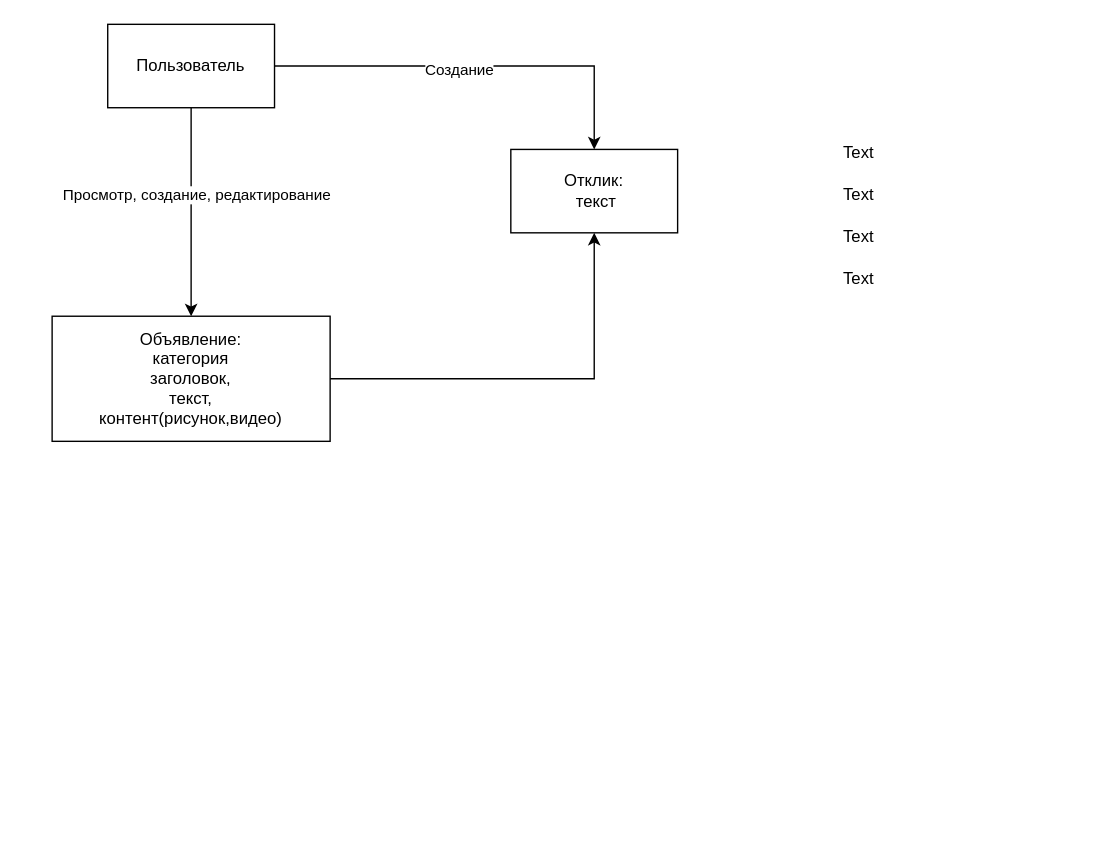
The draw.io diagram Диаграмма без названия.drawio in FanatikLeo2/Project_bulletin_board, before the edit. Source tidied: cells renumbered, new cells numbered last; positions are measured from the earlier drawing's top-left corner, leaving out a move shared by most shapes. Both pictures are drawn from the tidied source at 139%, with x=0, y=0 at pixel (51, 24).
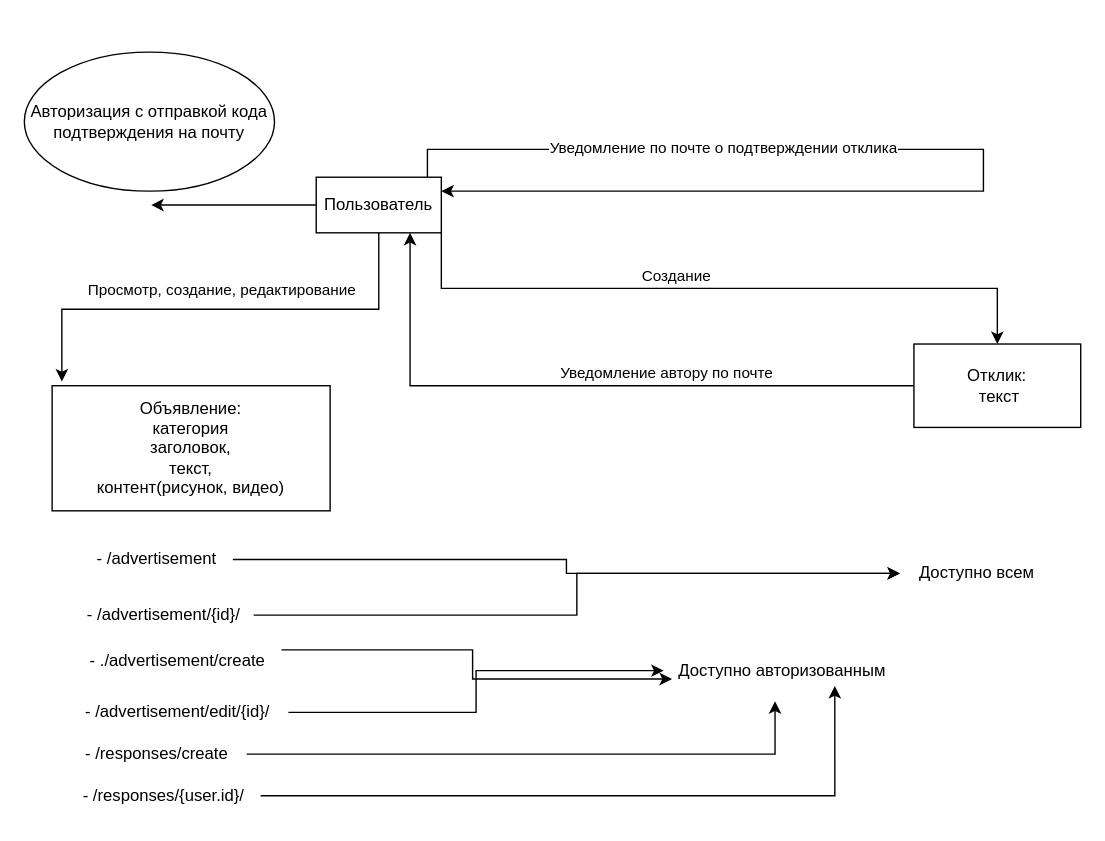
After the change.

What changed in the source:
```diff
@@
     <mxCell id="2" style="edgeStyle=orthogonalEdgeStyle;rounded=0;jettySize=auto;html=1;exitX=1;exitY=0.5;exitDx=0;exitDy=0;entryX=0.5;entryY=0;entryDx=0;entryDy=0;" parent="1" edge="1" source="6" target="9">
-      <mxGeometry relative="1" as="geometry" />
+      <mxGeometry relative="1" as="geometry">
+        <Array as="points">
+          <mxPoint x="280" y="190" />
+          <mxPoint x="680" y="190" />
+        </Array>
+      </mxGeometry>
     </mxCell>
     <mxCell id="3" value="Создание" style="edgeLabel;html=1;align=center;verticalAlign=middle;" parent="2" vertex="1">
-      <mxGeometry x="-0.09" y="-2" relative="1" as="geometry" />
+      <mxGeometry x="-0.09" y="-2" relative="1" as="geometry">
+        <mxPoint y="-12" as="offset" />
+      </mxGeometry>
     </mxCell>
-    <mxCell id="4" style="edgeStyle=orthogonalEdgeStyle;rounded=0;jettySize=auto;html=1;exitX=0.5;exitY=1;exitDx=0;exitDy=0;entryX=0.5;entryY=0;entryDx=0;entryDy=0;" parent="1" edge="1" source="6" target="8">
+    <mxCell id="4" style="edgeStyle=orthogonalEdgeStyle;rounded=0;jettySize=auto;html=1;exitX=0.5;exitY=1;exitDx=0;exitDy=0;entryX=0.035;entryY=-0.033;entryDx=0;entryDy=0;entryPerimeter=0;" parent="1" edge="1" source="6" target="8">
       <mxGeometry relative="1" as="geometry" />
     </mxCell>
     <mxCell id="5" value="Просмотр, создание, редактирование" style="edgeLabel;html=1;align=center;verticalAlign=middle;" parent="4" vertex="1">
-      <mxGeometry x="-0.17" y="3" relative="1" as="geometry" />
+      <mxGeometry x="-0.17" y="3" relative="1" as="geometry">
+        <mxPoint x="-30" y="-18" as="offset" />
+      </mxGeometry>
     </mxCell>
+    <mxCell id="14" style="edgeStyle=orthogonalEdgeStyle;rounded=0;jettySize=auto;html=1;entryX=0.507;entryY=1.1;entryDx=0;entryDy=0;entryPerimeter=0;" parent="1" edge="1" source="6" target="27">
+      <mxGeometry relative="1" as="geometry" />
+    </mxCell>
     <mxCell id="6" value="Пользователь" style="rounded=0;whiteSpace=wrap;html=1;" parent="1" vertex="1">
-      <mxGeometry x="40" width="120" height="60" as="geometry" />
+      <mxGeometry x="190" y="110" width="90" height="40" as="geometry" />
     </mxCell>
-    <mxCell id="7" style="edgeStyle=orthogonalEdgeStyle;rounded=0;jettySize=auto;html=1;exitX=1;exitY=0.5;exitDx=0;exitDy=0;entryX=0.5;entryY=1;entryDx=0;entryDy=0;" parent="1" edge="1" source="8" target="9">
-      <mxGeometry relative="1" as="geometry" />
-    </mxCell>
-    <mxCell id="8" value="Объявление:&lt;br&gt;категория&lt;br&gt;заголовок,&lt;br&gt;текст, &lt;br&gt;контент(рисунок,видео)" style="rounded=0;whiteSpace=wrap;html=1;" parent="1" vertex="1">
-      <mxGeometry y="210" width="200" height="90" as="geometry" />
+    <mxCell id="8" value="Объявление:&lt;br&gt;категория&lt;br&gt;заголовок,&lt;br&gt;текст, &lt;br&gt;контент(рисунок, видео)" style="rounded=0;whiteSpace=wrap;html=1;" parent="1" vertex="1">
+      <mxGeometry y="260" width="200" height="90" as="geometry" />
     </mxCell>
+    <mxCell id="15" style="edgeStyle=orthogonalEdgeStyle;rounded=0;jettySize=auto;html=1;entryX=0.75;entryY=1;entryDx=0;entryDy=0;" parent="1" edge="1" source="9" target="6">
+      <mxGeometry relative="1" as="geometry" />
+    </mxCell>
+    <mxCell id="16" value="Уведомление автору по почте" style="edgeLabel;html=1;align=center;verticalAlign=middle;" parent="15" vertex="1">
+      <mxGeometry x="-0.24" y="3" relative="1" as="geometry">
+        <mxPoint x="1" y="-13" as="offset" />
+      </mxGeometry>
+    </mxCell>
     <mxCell id="9" value="Отклик:&lt;br&gt;&amp;nbsp;текст" style="rounded=0;whiteSpace=wrap;html=1;" parent="1" vertex="1">
-      <mxGeometry x="330" y="90" width="120" height="60" as="geometry" />
+      <mxGeometry x="620" y="230" width="120" height="60" as="geometry" />
     </mxCell>
+    <mxCell id="17" style="edgeStyle=orthogonalEdgeStyle;rounded=0;jettySize=auto;html=1;" parent="1" edge="1" source="10" target="25">
+      <mxGeometry relative="1" as="geometry" />
+    </mxCell>
-    <mxCell id="10" value="Text" style="text;html=1;align=center;verticalAlign=middle;points=[];strokeColor=none;fillColor=none;" parent="1" vertex="1">
-      <mxGeometry x="555" y="78" width="50" height="30" as="geometry" />
+    <mxCell id="10" value="&lt;div&gt;&lt;span style=&quot;background-color: initial;&quot;&gt;- /advertisement&lt;/span&gt;&lt;br&gt;&lt;/div&gt;" style="text;html=1;align=center;verticalAlign=middle;points=[];strokeColor=none;fillColor=none;" parent="1" vertex="1">
+      <mxGeometry x="20" y="370" width="110" height="30" as="geometry" />
     </mxCell>
+    <mxCell id="18" style="edgeStyle=orthogonalEdgeStyle;rounded=0;jettySize=auto;html=1;entryX=0.724;entryY=0.867;entryDx=0;entryDy=0;entryPerimeter=0;" parent="1" edge="1" source="11" target="26">
+      <mxGeometry relative="1" as="geometry" />
+    </mxCell>
-    <mxCell id="11" value="Text" style="text;html=1;align=center;verticalAlign=middle;points=[];strokeColor=none;fillColor=none;" parent="1" vertex="1">
-      <mxGeometry x="555" y="108" width="50" height="30" as="geometry" />
+    <mxCell id="11" value="- /responses/{user.id}/" style="text;html=1;align=center;verticalAlign=middle;points=[];strokeColor=none;fillColor=none;" parent="1" vertex="1">
+      <mxGeometry x="10" y="540" width="140" height="30" as="geometry" />
     </mxCell>
+    <mxCell id="19" style="edgeStyle=orthogonalEdgeStyle;rounded=0;jettySize=auto;html=1;entryX=0.035;entryY=0.7;entryDx=0;entryDy=0;entryPerimeter=0;" parent="1" edge="1" source="12" target="26">
+      <mxGeometry relative="1" as="geometry" />
+    </mxCell>
-    <mxCell id="12" value="Text" style="text;html=1;align=center;verticalAlign=middle;points=[];strokeColor=none;fillColor=none;" parent="1" vertex="1">
-      <mxGeometry x="555" y="138" width="50" height="30" as="geometry" />
+    <mxCell id="12" value="&lt;br&gt;- ./advertisement/create" style="text;html=1;align=center;verticalAlign=middle;points=[];strokeColor=none;fillColor=none;" parent="1" vertex="1">
+      <mxGeometry x="15" y="430" width="150" height="40" as="geometry" />
     </mxCell>
+    <mxCell id="20" style="edgeStyle=orthogonalEdgeStyle;rounded=0;jettySize=auto;html=1;" parent="1" edge="1" source="13" target="26">
+      <mxGeometry relative="1" as="geometry" />
+    </mxCell>
-    <mxCell id="13" value="Text" style="text;html=1;align=center;verticalAlign=middle;points=[];strokeColor=none;fillColor=none;" parent="1" vertex="1">
-      <mxGeometry x="555" y="168" width="50" height="30" as="geometry" />
+    <mxCell id="13" value="- /advertisement/edit/{id}/" style="text;html=1;align=center;verticalAlign=middle;points=[];strokeColor=none;fillColor=none;" parent="1" vertex="1">
+      <mxGeometry x="10" y="480" width="160" height="30" as="geometry" />
     </mxCell>
+    <mxCell id="21" style="edgeStyle=orthogonalEdgeStyle;rounded=0;jettySize=auto;html=1;entryX=0.471;entryY=1.233;entryDx=0;entryDy=0;entryPerimeter=0;" parent="1" edge="1" source="22" target="26">
+      <mxGeometry relative="1" as="geometry" />
+    </mxCell>
+    <mxCell id="22" value="- /responses/create" style="text;html=1;align=center;verticalAlign=middle;points=[];strokeColor=none;fillColor=none;" parent="1" vertex="1">
+      <mxGeometry x="10" y="510" width="130" height="30" as="geometry" />
+    </mxCell>
+    <mxCell id="23" style="edgeStyle=orthogonalEdgeStyle;rounded=0;jettySize=auto;html=1;" parent="1" edge="1" source="24" target="25">
+      <mxGeometry relative="1" as="geometry" />
+    </mxCell>
+    <mxCell id="24" value="- /advertisement/{id}/" style="text;html=1;align=center;verticalAlign=middle;points=[];strokeColor=none;fillColor=none;" parent="1" vertex="1">
+      <mxGeometry x="15" y="410" width="130" height="30" as="geometry" />
+    </mxCell>
+    <mxCell id="25" value="Доступно всем" style="text;html=1;align=center;verticalAlign=middle;points=[];strokeColor=none;fillColor=none;" parent="1" vertex="1">
+      <mxGeometry x="610" y="380" width="110" height="30" as="geometry" />
+    </mxCell>
+    <mxCell id="26" value="Доступно авторизованным" style="text;html=1;align=center;verticalAlign=middle;points=[];strokeColor=none;fillColor=none;" parent="1" vertex="1">
+      <mxGeometry x="440" y="450" width="170" height="30" as="geometry" />
+    </mxCell>
+    <mxCell id="27" value="Авторизация с отправкой кода подтверждения на почту" style="ellipse;whiteSpace=wrap;html=1;" parent="1" vertex="1">
+      <mxGeometry x="-20" y="20" width="180" height="100" as="geometry" />
+    </mxCell>
+    <mxCell id="28" style="edgeStyle=orthogonalEdgeStyle;rounded=0;orthogonalLoop=1;jettySize=auto;html=1;entryX=1;entryY=0.25;entryDx=0;entryDy=0;" parent="1" edge="1" source="6" target="6">
+      <mxGeometry relative="1" as="geometry">
+        <Array as="points">
+          <mxPoint x="270" y="90" />
+          <mxPoint x="670" y="90" />
+          <mxPoint x="670" y="120" />
+        </Array>
+      </mxGeometry>
+    </mxCell>
+    <mxCell id="29" value="Уведомление по почте о подтверждении отклика" style="edgeLabel;html=1;align=center;verticalAlign=middle;" parent="28" vertex="1">
+      <mxGeometry x="-0.27" y="2" relative="1" as="geometry">
+        <mxPoint x="-75" as="offset" />
+      </mxGeometry>
+    </mxCell>
```
